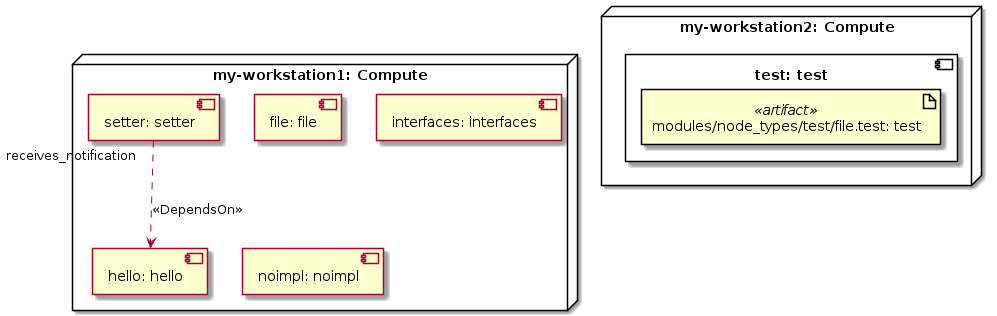
This is diagrams/csars-misc-tosca-types-service-uml2-deployment-diagram.png from xlab-si/xopera-examples, a PlantUML export, as it was before one commit.
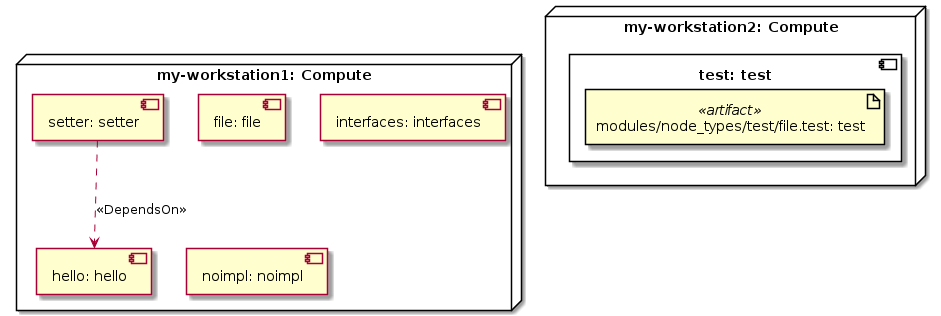
After the change.

What changed in the source:
```diff
@@ -13,5 +13,5 @@
 artifact "modules/node_types/test/file.test: test" <<artifact>> as node_test_artifact_artifact
 }
 }
-node_setter "receives_notification" ..> node_hello : <<DependsOn>>
+node_setter ..> node_hello : <<DependsOn>>
 @enduml
```
